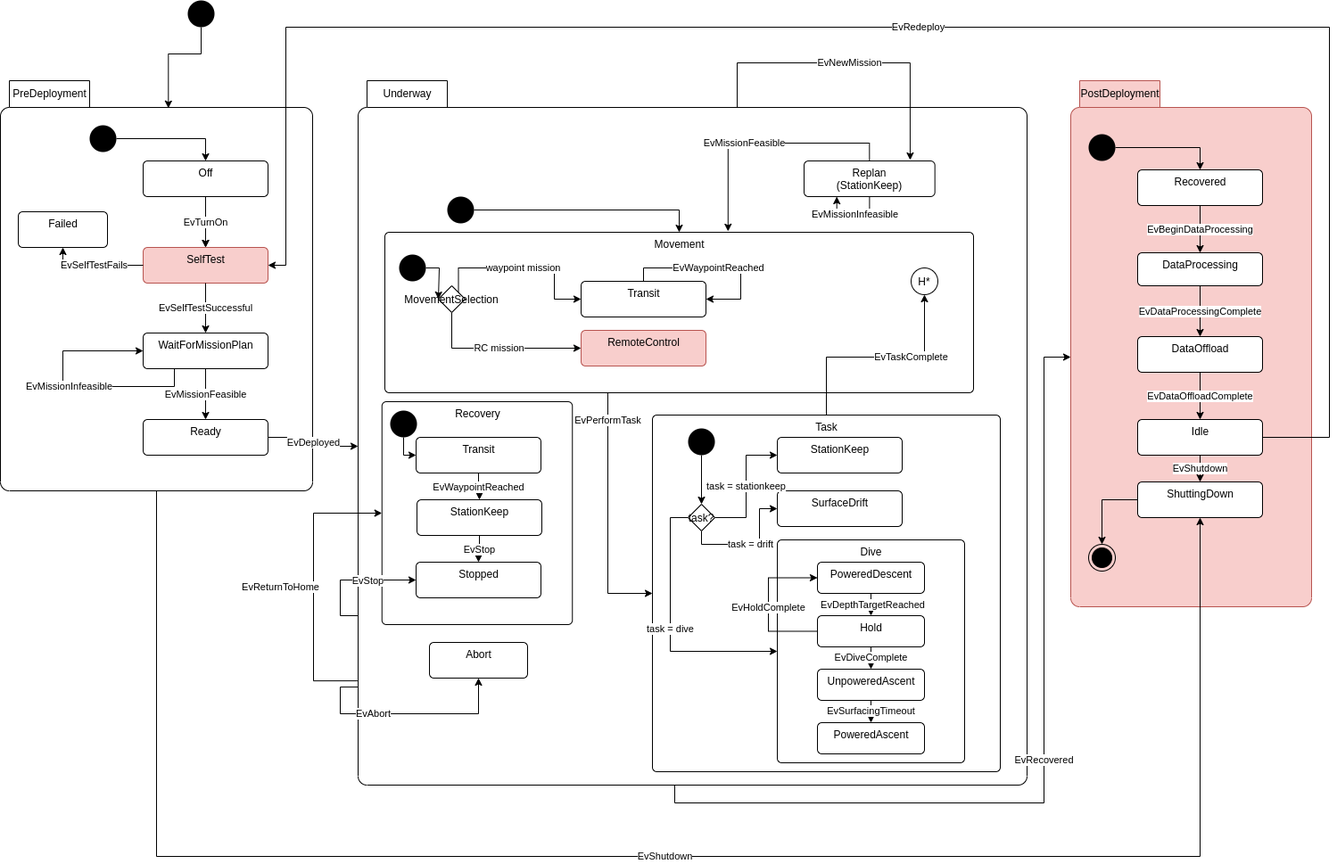
jaiarobotics/jaiabot keeps this draw.io diagram as src/doc/figures/mission-states.png. Above is the earlier version. Source tidied: cells renumbered, new cells last; positions are measured from the earlier drawing's top-left corner, leaving out a move shared by most shapes.
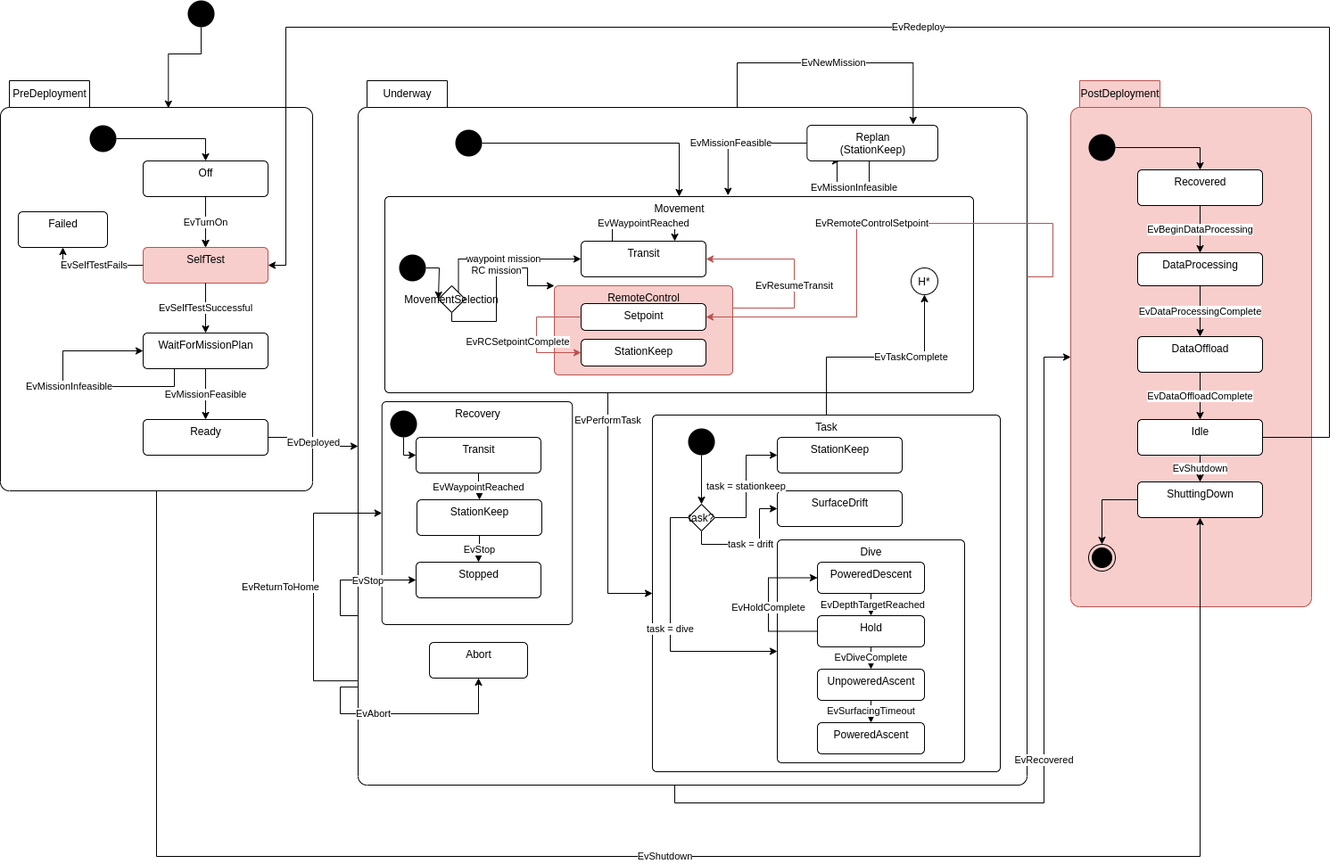
Above is the later version.

The edit, as a diff of the source:
```diff
@@ -111,7 +111,7 @@
       </mxGeometry>
     </mxCell>
     <mxCell id="33" value="Movement" style="html=1;align=center;verticalAlign=top;rounded=1;absoluteArcSize=1;arcSize=10;dashed=0;" parent="30" vertex="1">
-      <mxGeometry x="30" y="130" width="660" height="180" as="geometry" />
+      <mxGeometry x="30" y="90" width="660" height="220" as="geometry" />
     </mxCell>
     <mxCell id="34" value="EvPerformTask" style="edgeStyle=orthogonalEdgeStyle;rounded=0;jettySize=auto;html=1;entryX=0;entryY=0.5;entryDx=0;entryDy=0;" parent="30" edge="1" target="55">
       <mxGeometry x="-0.78" relative="1" as="geometry">
@@ -124,7 +124,7 @@
       </mxGeometry>
     </mxCell>
     <mxCell id="35" value="Transit" style="html=1;align=center;verticalAlign=top;rounded=1;absoluteArcSize=1;arcSize=10;dashed=0;" parent="30" vertex="1">
-      <mxGeometry x="250" y="185" width="140" height="40" as="geometry" />
+      <mxGeometry x="250" y="140" width="140" height="40" as="geometry" />
     </mxCell>
     <mxCell id="36" value="EvTaskComplete" style="edgeStyle=orthogonalEdgeStyle;rounded=0;jettySize=auto;html=1;entryX=0.5;entryY=1;entryDx=0;entryDy=0;exitX=0.5;exitY=0;exitDx=0;exitDy=0;" parent="30" edge="1" source="55" target="53">
       <mxGeometry x="0.31" relative="1" as="geometry">
@@ -150,7 +150,7 @@
       <mxGeometry relative="1" as="geometry" />
     </mxCell>
     <mxCell id="42" style="ellipse;fillColor=#000000;strokeColor=none;" parent="30" vertex="1">
-      <mxGeometry x="100" y="90" width="30" height="30" as="geometry" />
+      <mxGeometry x="109" y="15" width="30" height="30" as="geometry" />
     </mxCell>
     <mxCell id="43" style="edgeStyle=orthogonalEdgeStyle;rounded=0;jettySize=auto;html=1;entryX=0;entryY=0.5;entryDx=0;entryDy=0;" parent="30" edge="1" source="44" target="81">
       <mxGeometry relative="1" as="geometry">
@@ -196,7 +196,7 @@
     <mxCell id="52" style="edgeStyle=orthogonalEdgeStyle;rounded=0;jettySize=auto;html=1;entryX=0.5;entryY=0;entryDx=0;entryDy=0;endArrow=classic;endFill=1;" parent="30" edge="1" source="42" target="33">
       <mxGeometry relative="1" as="geometry">
         <Array as="points">
-          <mxPoint x="360" y="105" />
+          <mxPoint x="360" y="30" />
         </Array>
       </mxGeometry>
     </mxCell>
@@ -283,10 +283,9 @@
     <mxCell id="74" value="EvNewMission" style="edgeStyle=orthogonalEdgeStyle;rounded=0;jettySize=auto;html=1;exitX=0;exitY=0;exitDx=425;exitDy=30;exitPerimeter=0;entryX=0.811;entryY=-0.025;entryDx=0;entryDy=0;entryPerimeter=0;" parent="30" edge="1" source="31" target="77">
       <mxGeometry relative="1" as="geometry" />
     </mxCell>
-    <mxCell id="75" value="EvMissionFeasible" style="edgeStyle=orthogonalEdgeStyle;rounded=0;jettySize=auto;html=1;entryX=0.583;entryY=-0.006;entryDx=0;entryDy=0;entryPerimeter=0;exitX=0.5;exitY=0;exitDx=0;exitDy=0;" parent="30" edge="1" source="77" target="33">
+    <mxCell id="75" value="EvMissionFeasible" style="edgeStyle=orthogonalEdgeStyle;rounded=0;jettySize=auto;html=1;entryX=0.583;entryY=-0.006;entryDx=0;entryDy=0;entryPerimeter=0;exitX=0;exitY=0.5;exitDx=0;exitDy=0;" parent="30" edge="1" source="77" target="33">
       <mxGeometry x="0.15" relative="1" as="geometry">
         <Array as="points">
-          <mxPoint x="573" y="30" />
           <mxPoint x="415" y="30" />
         </Array>
       </mxGeometry>
@@ -294,41 +293,81 @@
     <mxCell id="76" value="EvMissionInfeasible" style="edgeStyle=orthogonalEdgeStyle;rounded=0;orthogonalLoop=1;jettySize=auto;html=1;entryX=0.25;entryY=1;entryDx=0;entryDy=0;" parent="30" edge="1" source="77" target="77">
       <mxGeometry x="-0.05" relative="1" as="geometry">
         <Array as="points">
-          <mxPoint x="573" y="110" />
-          <mxPoint x="537" y="110" />
+          <mxPoint x="573" y="80" />
+          <mxPoint x="537" y="80" />
+          <mxPoint x="537" y="50" />
         </Array>
       </mxGeometry>
     </mxCell>
     <mxCell id="77" value="Replan&lt;br&gt;(StationKeep)" style="html=1;align=center;verticalAlign=top;rounded=1;absoluteArcSize=1;arcSize=10;dashed=0;" parent="30" vertex="1">
-      <mxGeometry x="500" y="50" width="146.7" height="40" as="geometry" />
+      <mxGeometry x="503.3" y="10" width="146.7" height="40" as="geometry" />
     </mxCell>
-    <mxCell id="78" value="RemoteControl" style="html=1;align=center;verticalAlign=top;rounded=1;absoluteArcSize=1;arcSize=10;dashed=0;fillColor=#f8cecc;strokeColor=#b85450;" parent="30" vertex="1">
-      <mxGeometry x="250" y="240" width="140" height="40" as="geometry" />
-    </mxCell>
     <mxCell id="79" value="waypoint mission" style="edgeStyle=orthogonalEdgeStyle;rounded=0;jettySize=auto;html=1;entryX=0;entryY=0.5;entryDx=0;entryDy=0;exitX=1;exitY=0;exitDx=0;exitDy=0;" parent="30" edge="1" source="81" target="35">
       <mxGeometry relative="1" as="geometry">
         <Array as="points">
-          <mxPoint x="113" y="170" />
-          <mxPoint x="220" y="170" />
-          <mxPoint x="220" y="205" />
+          <mxPoint x="113" y="160" />
         </Array>
       </mxGeometry>
     </mxCell>
-    <mxCell id="80" value="RC mission" style="edgeStyle=orthogonalEdgeStyle;rounded=0;jettySize=auto;html=1;entryX=0;entryY=0.5;entryDx=0;entryDy=0;exitX=0.5;exitY=1;exitDx=0;exitDy=0;" parent="30" edge="1" source="81" target="78">
-      <mxGeometry relative="1" as="geometry" />
+    <mxCell id="80" value="RC mission" style="edgeStyle=orthogonalEdgeStyle;rounded=0;jettySize=auto;html=1;entryX=0;entryY=0;entryDx=0;entryDy=0;exitX=0.5;exitY=1;exitDx=0;exitDy=0;" parent="30" edge="1" source="81" target="78">
+      <mxGeometry x="0.14" relative="1" as="geometry">
+        <Array as="points">
+          <mxPoint x="105" y="230" />
+          <mxPoint x="155" y="230" />
+          <mxPoint x="155" y="170" />
+          <mxPoint x="190" y="170" />
+        </Array>
+      </mxGeometry>
     </mxCell>
     <mxCell id="81" value="MovementSelection" style="rhombus;" parent="30" vertex="1">
       <mxGeometry x="90" y="190" width="30" height="30" as="geometry" />
     </mxCell>
-    <mxCell id="82" value="EvWaypointReached" style="edgeStyle=orthogonalEdgeStyle;rounded=0;orthogonalLoop=1;jettySize=auto;html=1;entryX=1;entryY=0.5;entryDx=0;entryDy=0;exitX=0.5;exitY=0;exitDx=0;exitDy=0;" parent="30" edge="1" source="35" target="35">
+    <mxCell id="82" value="EvWaypointReached" style="edgeStyle=orthogonalEdgeStyle;rounded=0;orthogonalLoop=1;jettySize=auto;html=1;entryX=0.75;entryY=0;entryDx=0;entryDy=0;exitX=0.25;exitY=0;exitDx=0;exitDy=0;" parent="30" edge="1" source="35" target="35">
       <mxGeometry relative="1" as="geometry">
         <Array as="points">
-          <mxPoint x="320" y="170" />
-          <mxPoint x="429" y="170" />
-          <mxPoint x="429" y="205" />
+          <mxPoint x="285" y="120" />
+          <mxPoint x="355" y="120" />
         </Array>
       </mxGeometry>
     </mxCell>
+    <mxCell id="91" value="EvResumeTransit" style="edgeStyle=orthogonalEdgeStyle;rounded=0;jettySize=auto;html=1;entryX=1;entryY=0.5;entryDx=0;entryDy=0;exitX=1;exitY=0.25;exitDx=0;exitDy=0;fillColor=#f8cecc;strokeColor=#b85450;jumpStyle=arc;" parent="30" edge="1" source="78" target="35">
+      <mxGeometry x="-0.16" relative="1" as="geometry">
+        <Array as="points">
+          <mxPoint x="489" y="215" />
+          <mxPoint x="489" y="160" />
+        </Array>
+      </mxGeometry>
+    </mxCell>
+    <mxCell id="92" style="group;" parent="30" vertex="1">
+      <mxGeometry x="220" y="190" width="200" height="100" as="geometry" />
+    </mxCell>
+    <mxCell id="78" value="RemoteControl" style="html=1;align=center;verticalAlign=top;rounded=1;absoluteArcSize=1;arcSize=10;dashed=0;fillColor=#f8cecc;strokeColor=#b85450;" parent="92" vertex="1">
+      <mxGeometry width="200" height="100" as="geometry" />
+    </mxCell>
+    <mxCell id="93" value="StationKeep" style="html=1;align=center;verticalAlign=top;rounded=1;absoluteArcSize=1;arcSize=10;dashed=0;" parent="92" vertex="1">
+      <mxGeometry x="30" y="60" width="140" height="30" as="geometry" />
+    </mxCell>
+    <mxCell id="94" value="Setpoint" style="html=1;align=center;verticalAlign=top;rounded=1;absoluteArcSize=1;arcSize=10;dashed=0;" parent="92" vertex="1">
+      <mxGeometry x="30" y="20" width="140" height="30" as="geometry" />
+    </mxCell>
+    <mxCell id="95" value="EvRCSetpointComplete" style="edgeStyle=orthogonalEdgeStyle;rounded=0;jettySize=auto;html=1;entryX=0;entryY=0.5;entryDx=0;entryDy=0;fillColor=#f8cecc;strokeColor=#b85450;exitX=0;exitY=0.5;exitDx=0;exitDy=0;" parent="92" edge="1" source="94" target="93">
+      <mxGeometry x="0.11" y="-21" relative="1" as="geometry">
+        <Array as="points">
+          <mxPoint x="-20" y="35" />
+          <mxPoint x="-20" y="75" />
+        </Array>
+      </mxGeometry>
+    </mxCell>
+    <mxCell id="96" value="EvRemoteControlSetpoint" style="edgeStyle=orthogonalEdgeStyle;rounded=0;jettySize=auto;html=1;entryX=1;entryY=0.5;entryDx=0;entryDy=0;exitX=0;exitY=0;exitDx=750;exitDy=220;fillColor=#f8cecc;strokeColor=#b85450;exitPerimeter=0;jumpStyle=arc;" parent="30" edge="1" source="31" target="94">
+      <mxGeometry relative="1" as="geometry">
+        <Array as="points">
+          <mxPoint x="779" y="180" />
+          <mxPoint x="779" y="120" />
+          <mxPoint x="559" y="120" />
+          <mxPoint x="559" y="225" />
+        </Array>
+      </mxGeometry>
+    </mxCell>
     <mxCell id="83" style="edgeStyle=orthogonalEdgeStyle;rounded=0;jettySize=auto;html=1;entryX=0.538;entryY=0.067;entryDx=0;entryDy=0;entryPerimeter=0;" parent="1" edge="1" source="84" target="18">
       <mxGeometry relative="1" as="geometry" />
     </mxCell>
```
